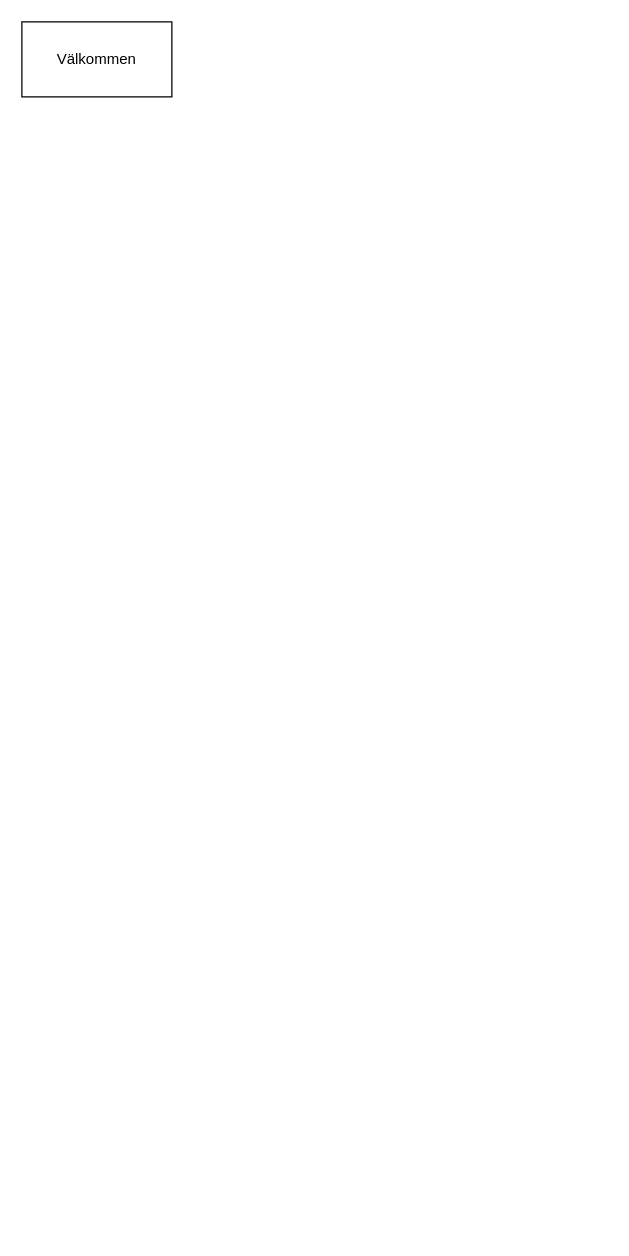
The draw.io diagram Python/Uppgift2/Flow chart python och c#.drawio in FreddeITsupport98/Programmering-1, before the edit. Source tidied: cells renumbered, new cells numbered last; positions are measured from the earlier drawing's top-left corner, leaving out a move shared by most shapes. Both pictures are drawn from the tidied source at 125%, with x=0, y=0 at pixel (21, 21).
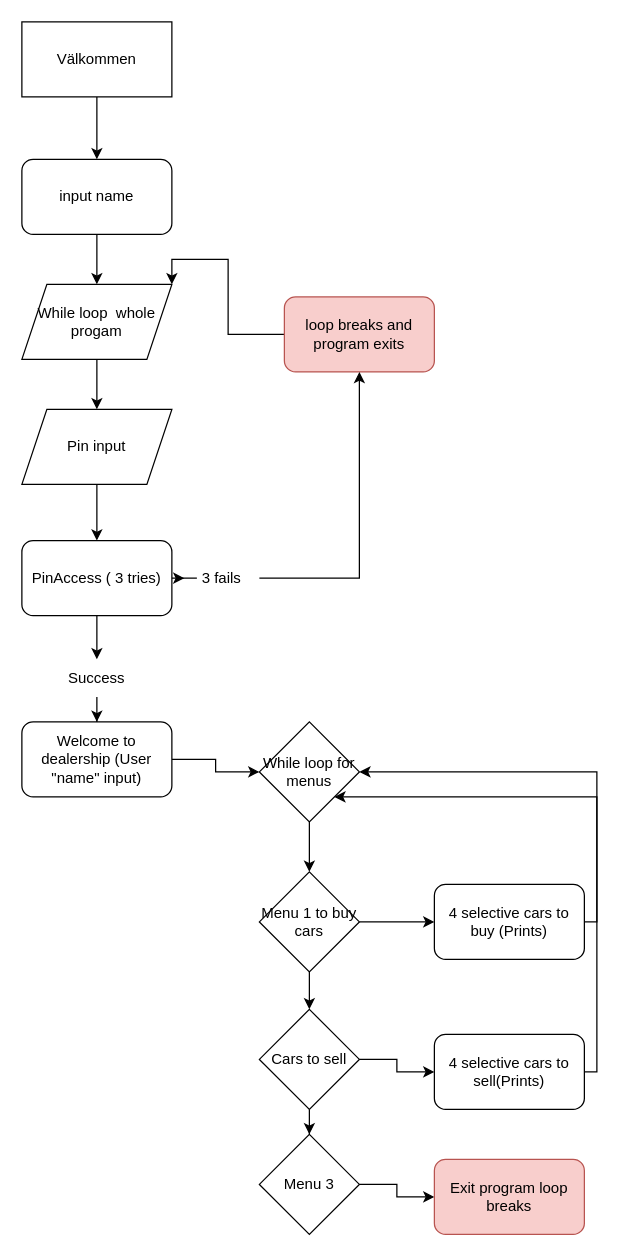
The same diagram, later.

Unchanged cells that the change refers to:
```xml
<mxCell id="2" value="Välkommen" style="rounded=0;whiteSpace=wrap;html=1;" parent="1" vertex="1">
  <mxGeometry width="120" height="60" as="geometry" />
</mxCell>
```

The edit, as a diff of the source:
```diff
@@
+    <mxCell id="3" style="edgeStyle=orthogonalEdgeStyle;rounded=0;jettySize=auto;html=1;" parent="1" edge="1" source="2" target="7">
+      <mxGeometry relative="1" as="geometry" />
+    </mxCell>
@@
+    <mxCell id="4" style="edgeStyle=orthogonalEdgeStyle;rounded=0;jettySize=auto;html=1;" parent="1" edge="1" source="5" target="9">
+      <mxGeometry relative="1" as="geometry" />
+    </mxCell>
+    <mxCell id="5" value="While loop&amp;nbsp; whole progam" style="shape=parallelogram;perimeter=parallelogramPerimeter;whiteSpace=wrap;html=1;fixedSize=1;" parent="1" vertex="1">
+      <mxGeometry y="210" width="120" height="60" as="geometry" />
+    </mxCell>
+    <mxCell id="6" style="edgeStyle=orthogonalEdgeStyle;rounded=0;jettySize=auto;html=1;" parent="1" edge="1" source="7" target="5">
+      <mxGeometry relative="1" as="geometry" />
+    </mxCell>
+    <mxCell id="7" value="input name" style="rounded=1;whiteSpace=wrap;html=1;" parent="1" vertex="1">
+      <mxGeometry y="110" width="120" height="60" as="geometry" />
+    </mxCell>
+    <mxCell id="8" style="edgeStyle=orthogonalEdgeStyle;rounded=0;jettySize=auto;html=1;" parent="1" edge="1" source="9" target="12">
+      <mxGeometry relative="1" as="geometry" />
+    </mxCell>
+    <mxCell id="9" value="Pin input" style="shape=parallelogram;perimeter=parallelogramPerimeter;whiteSpace=wrap;html=1;fixedSize=1;" parent="1" vertex="1">
+      <mxGeometry y="310" width="120" height="60" as="geometry" />
+    </mxCell>
+    <mxCell id="10" style="edgeStyle=orthogonalEdgeStyle;rounded=0;jettySize=auto;html=1;exitX=1;exitY=0.5;exitDx=0;exitDy=0;" parent="1" edge="1" source="12" target="16">
+      <mxGeometry relative="1" as="geometry" />
+    </mxCell>
+    <mxCell id="11" style="edgeStyle=orthogonalEdgeStyle;rounded=0;jettySize=auto;html=1;" parent="1" edge="1" source="12" target="18">
+      <mxGeometry relative="1" as="geometry" />
+    </mxCell>
+    <mxCell id="12" value="PinAccess ( 3 tries)" style="rounded=1;whiteSpace=wrap;html=1;" parent="1" vertex="1">
+      <mxGeometry y="415" width="120" height="60" as="geometry" />
+    </mxCell>
+    <mxCell id="13" style="edgeStyle=orthogonalEdgeStyle;rounded=0;jettySize=auto;html=1;entryX=1;entryY=0;entryDx=0;entryDy=0;" parent="1" edge="1" source="14" target="5">
+      <mxGeometry relative="1" as="geometry" />
+    </mxCell>
+    <mxCell id="14" value="loop breaks and program exits" style="rounded=1;whiteSpace=wrap;html=1;fillColor=#f8cecc;strokeColor=#b85450;" parent="1" vertex="1">
+      <mxGeometry x="210" y="220" width="120" height="60" as="geometry" />
+    </mxCell>
+    <mxCell id="15" style="edgeStyle=orthogonalEdgeStyle;rounded=0;jettySize=auto;html=1;" parent="1" edge="1" source="16" target="14">
+      <mxGeometry relative="1" as="geometry" />
+    </mxCell>
+    <mxCell id="16" value="3 fails" style="text;html=1;strokeColor=none;fillColor=none;align=center;verticalAlign=middle;whiteSpace=wrap;rounded=0;" parent="1" vertex="1">
+      <mxGeometry x="130" y="430" width="60" height="30" as="geometry" />
+    </mxCell>
+    <mxCell id="17" style="edgeStyle=orthogonalEdgeStyle;rounded=0;jettySize=auto;html=1;exitX=0.5;exitY=1;exitDx=0;exitDy=0;" parent="1" edge="1" source="18" target="20">
+      <mxGeometry relative="1" as="geometry" />
+    </mxCell>
+    <mxCell id="18" value="Success" style="text;html=1;strokeColor=none;fillColor=none;align=center;verticalAlign=middle;whiteSpace=wrap;rounded=0;" parent="1" vertex="1">
+      <mxGeometry x="30" y="510" width="60" height="30" as="geometry" />
+    </mxCell>
+    <mxCell id="19" style="edgeStyle=orthogonalEdgeStyle;rounded=0;jettySize=auto;html=1;exitX=1;exitY=0.5;exitDx=0;exitDy=0;" parent="1" edge="1" source="20" target="22">
+      <mxGeometry relative="1" as="geometry" />
+    </mxCell>
+    <mxCell id="20" value="Welcome to dealership (User &quot;name&quot; input)" style="rounded=1;whiteSpace=wrap;html=1;" parent="1" vertex="1">
+      <mxGeometry y="560" width="120" height="60" as="geometry" />
+    </mxCell>
+    <mxCell id="21" style="edgeStyle=orthogonalEdgeStyle;rounded=0;jettySize=auto;html=1;exitX=0.5;exitY=1;exitDx=0;exitDy=0;" parent="1" edge="1" source="22" target="25">
+      <mxGeometry relative="1" as="geometry" />
+    </mxCell>
+    <mxCell id="22" value="While loop for menus" style="rhombus;whiteSpace=wrap;html=1;" parent="1" vertex="1">
+      <mxGeometry x="190" y="560" width="80" height="80" as="geometry" />
+    </mxCell>
+    <mxCell id="23" style="edgeStyle=orthogonalEdgeStyle;rounded=0;jettySize=auto;html=1;" parent="1" edge="1" source="25" target="27">
+      <mxGeometry relative="1" as="geometry" />
+    </mxCell>
+    <mxCell id="24" style="edgeStyle=orthogonalEdgeStyle;rounded=0;jettySize=auto;html=1;exitX=0.5;exitY=1;exitDx=0;exitDy=0;entryX=0.5;entryY=0;entryDx=0;entryDy=0;" parent="1" edge="1" source="25" target="30">
+      <mxGeometry relative="1" as="geometry" />
+    </mxCell>
+    <mxCell id="25" value="Menu 1 to buy cars" style="rhombus;whiteSpace=wrap;html=1;" parent="1" vertex="1">
+      <mxGeometry x="190" y="680" width="80" height="80" as="geometry" />
+    </mxCell>
+    <mxCell id="26" style="edgeStyle=orthogonalEdgeStyle;rounded=0;jettySize=auto;html=1;entryX=1;entryY=0.5;entryDx=0;entryDy=0;" parent="1" edge="1" source="27" target="22">
+      <mxGeometry relative="1" as="geometry">
+        <Array as="points">
+          <mxPoint x="460" y="720" />
+          <mxPoint x="460" y="600" />
+        </Array>
+      </mxGeometry>
+    </mxCell>
+    <mxCell id="27" value="4 selective cars to buy (Prints)" style="rounded=1;whiteSpace=wrap;html=1;" parent="1" vertex="1">
+      <mxGeometry x="330" y="690" width="120" height="60" as="geometry" />
+    </mxCell>
+    <mxCell id="28" style="edgeStyle=orthogonalEdgeStyle;rounded=0;jettySize=auto;html=1;exitX=1;exitY=0.5;exitDx=0;exitDy=0;" parent="1" edge="1" source="30" target="32">
+      <mxGeometry relative="1" as="geometry" />
+    </mxCell>
+    <mxCell id="29" style="edgeStyle=orthogonalEdgeStyle;rounded=0;jettySize=auto;html=1;exitX=0.5;exitY=1;exitDx=0;exitDy=0;" parent="1" edge="1" source="30" target="34">
+      <mxGeometry relative="1" as="geometry" />
+    </mxCell>
+    <mxCell id="30" value="Cars to sell" style="rhombus;whiteSpace=wrap;html=1;" parent="1" vertex="1">
+      <mxGeometry x="190" y="790" width="80" height="80" as="geometry" />
+    </mxCell>
+    <mxCell id="31" style="edgeStyle=orthogonalEdgeStyle;rounded=0;jettySize=auto;html=1;entryX=1;entryY=1;entryDx=0;entryDy=0;" parent="1" edge="1" source="32" target="22">
+      <mxGeometry relative="1" as="geometry">
+        <Array as="points">
+          <mxPoint x="460" y="840" />
+          <mxPoint x="460" y="620" />
+        </Array>
+      </mxGeometry>
+    </mxCell>
+    <mxCell id="32" value="&lt;span style=&quot;&quot;&gt;4 selective cars to sell(Prints)&lt;/span&gt;" style="rounded=1;whiteSpace=wrap;html=1;" parent="1" vertex="1">
+      <mxGeometry x="330" y="810" width="120" height="60" as="geometry" />
+    </mxCell>
+    <mxCell id="33" style="edgeStyle=orthogonalEdgeStyle;rounded=0;jettySize=auto;html=1;exitX=1;exitY=0.5;exitDx=0;exitDy=0;entryX=0;entryY=0.5;entryDx=0;entryDy=0;" parent="1" edge="1" source="34" target="35">
+      <mxGeometry relative="1" as="geometry" />
+    </mxCell>
+    <mxCell id="34" value="Menu 3" style="rhombus;whiteSpace=wrap;html=1;" parent="1" vertex="1">
+      <mxGeometry x="190" y="890" width="80" height="80" as="geometry" />
+    </mxCell>
+    <mxCell id="35" value="Exit program loop breaks" style="rounded=1;whiteSpace=wrap;html=1;fillColor=#f8cecc;strokeColor=#b85450;" parent="1" vertex="1">
+      <mxGeometry x="330" y="910" width="120" height="60" as="geometry" />
+    </mxCell>
```
